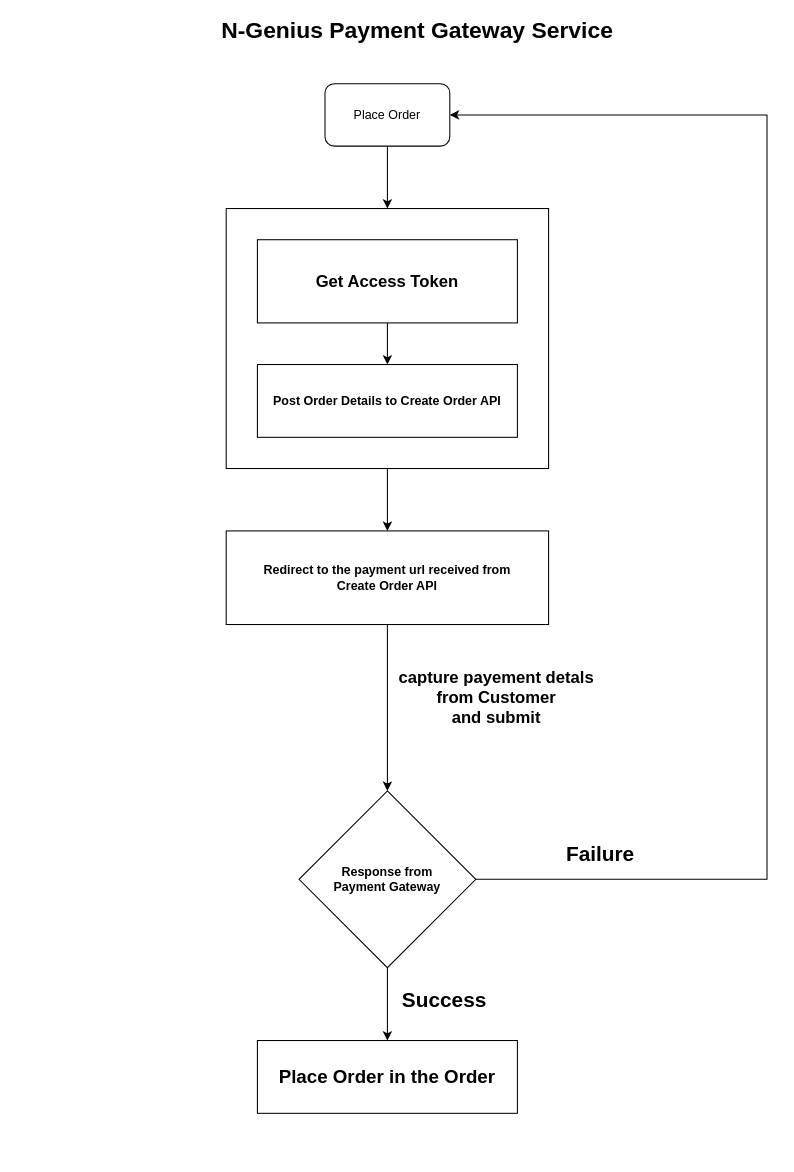
yatishpro/nesto keeps this draw.io diagram as Nesto-Payment-Architecutre.drawio. Above is the earlier version. Source tidied: cells renumbered, new cells numbered last; positions are measured from the earlier drawing's top-left corner, leaving out a move shared by most shapes. Both pictures are drawn from the tidied source at 104%, with x=0, y=0 at pixel (209, 21).
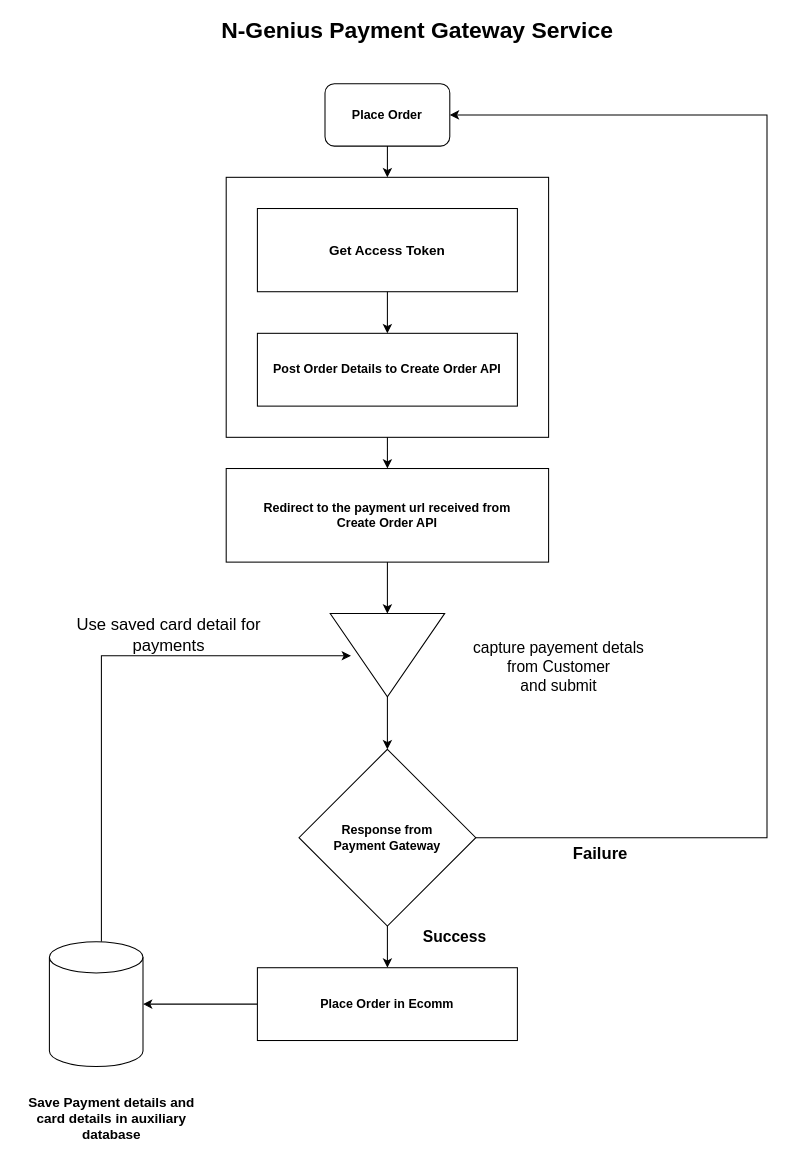
After the change.

The change refers to these unchanged cells:
```xml
<mxCell id="3" style="group;" parent="1" vertex="1">
  <mxGeometry x="16" y="180" width="310" height="250" as="geometry" />
</mxCell>
```

Change to the diagram source:
```diff
@@
     <mxCell id="4" style="rounded=0;whiteSpace=wrap;html=1;" parent="3" vertex="1">
-      <mxGeometry width="310" height="250" as="geometry" />
+      <mxGeometry y="-30" width="310" height="250" as="geometry" />
     </mxCell>
-    <mxCell id="5" value="&lt;font style=&quot;font-size: 16px&quot;&gt;&lt;b&gt;Get Access Token&lt;br&gt;&lt;/b&gt;&lt;/font&gt;" style="rounded=0;whiteSpace=wrap;html=1;" parent="3" vertex="1">
-      <mxGeometry x="30" y="30" width="250" height="80" as="geometry" />
+    <mxCell id="5" value="&lt;font style=&quot;font-size: 13px&quot;&gt;&lt;b&gt;Get Access Token&lt;br&gt;&lt;/b&gt;&lt;/font&gt;" style="rounded=0;whiteSpace=wrap;html=1;" parent="3" vertex="1">
+      <mxGeometry x="30" width="250" height="80" as="geometry" />
     </mxCell>
     <mxCell id="6" value="&lt;b&gt;Post Order Details to Create Order API&lt;br&gt;&lt;/b&gt;" style="rounded=0;whiteSpace=wrap;html=1;" parent="3" vertex="1">
-      <mxGeometry x="30" y="150" width="250" height="70" as="geometry" />
+      <mxGeometry x="30" y="120" width="250" height="70" as="geometry" />
     </mxCell>
@@
-    <mxCell id="8" style="edgeStyle=orthogonalEdgeStyle;rounded=0;jettySize=auto;html=1;entryX=0.5;entryY=0;entryDx=0;entryDy=0;" parent="1" edge="1" source="9" target="13">
-      <mxGeometry relative="1" as="geometry" />
-    </mxCell>
+    <mxCell id="20" style="edgeStyle=orthogonalEdgeStyle;rounded=0;jettySize=auto;html=1;entryX=0;entryY=0.5;entryDx=0;entryDy=0;fontSize=16;" parent="1" edge="1" source="9" target="26">
+      <mxGeometry relative="1" as="geometry" />
+    </mxCell>
     <mxCell id="9" value="&lt;div&gt;&lt;b&gt;Redirect to the payment url received from &lt;br&gt;&lt;/b&gt;&lt;/div&gt;&lt;div&gt;&lt;b&gt;Create Order API&lt;/b&gt;&lt;/div&gt;" style="rounded=0;whiteSpace=wrap;html=1;" parent="1" vertex="1">
-      <mxGeometry x="16" y="490" width="310" height="90" as="geometry" />
+      <mxGeometry x="16" y="430" width="310" height="90" as="geometry" />
     </mxCell>
@@
     <mxCell id="12" style="edgeStyle=orthogonalEdgeStyle;rounded=0;jettySize=auto;html=1;entryX=1;entryY=0.5;entryDx=0;entryDy=0;" parent="1" edge="1" source="13" target="18">
       <mxGeometry relative="1" as="geometry">
         <Array as="points">
-          <mxPoint x="536" y="825" />
+          <mxPoint x="536" y="785" />
           <mxPoint x="536" y="90" />
         </Array>
       </mxGeometry>
     </mxCell>
     <mxCell id="13" value="&lt;div&gt;&lt;b&gt;Response from &lt;br&gt;&lt;/b&gt;&lt;/div&gt;&lt;div&gt;&lt;b&gt;Payment Gateway&lt;br&gt;&lt;/b&gt;&lt;/div&gt;" style="rhombus;whiteSpace=wrap;html=1;" parent="1" vertex="1">
-      <mxGeometry x="86" y="740" width="170" height="170" as="geometry" />
+      <mxGeometry x="86" y="700" width="170" height="170" as="geometry" />
     </mxCell>
-    <mxCell id="14" value="&lt;font style=&quot;font-size: 16px&quot;&gt;&lt;b&gt;&lt;font style=&quot;font-size: 16px&quot;&gt;capture payement detals from Customer &lt;br&gt;&lt;/font&gt;and submit&lt;br&gt;&lt;/b&gt;&lt;/font&gt;" style="text;html=1;strokeColor=none;fillColor=none;align=center;verticalAlign=middle;whiteSpace=wrap;rounded=0;" parent="1" vertex="1">
-      <mxGeometry x="176" y="640" width="200" height="20" as="geometry" />
+    <mxCell id="14" value="&lt;font style=&quot;font-size: 15px&quot;&gt;&lt;font style=&quot;font-size: 15px&quot;&gt;capture payement detals from Customer &lt;br&gt;&lt;/font&gt;and submit&lt;br&gt;&lt;/font&gt;" style="text;html=1;strokeColor=none;fillColor=none;align=center;verticalAlign=middle;whiteSpace=wrap;rounded=0;" parent="1" vertex="1">
+      <mxGeometry x="236" y="610" width="200" height="20" as="geometry" />
     </mxCell>
+    <mxCell id="21" style="edgeStyle=orthogonalEdgeStyle;rounded=0;jettySize=auto;html=1;" parent="1" edge="1" source="15" target="23">
+      <mxGeometry relative="1" as="geometry" />
+    </mxCell>
-    <mxCell id="15" value="&lt;font style=&quot;font-size: 18px&quot;&gt;&lt;b&gt;Place Order in the Order&lt;br&gt;&lt;/b&gt;&lt;/font&gt;" style="rounded=0;whiteSpace=wrap;html=1;" parent="1" vertex="1">
-      <mxGeometry x="46" y="980" width="250" height="70" as="geometry" />
+    <mxCell id="15" value="&lt;font style=&quot;font-size: 12px&quot;&gt;&lt;b&gt;Place Order in Ecomm&lt;br&gt;&lt;/b&gt;&lt;/font&gt;" style="rounded=0;whiteSpace=wrap;html=1;" parent="1" vertex="1">
+      <mxGeometry x="46" y="910" width="250" height="70" as="geometry" />
     </mxCell>
-    <mxCell id="16" value="&lt;font style=&quot;font-size: 20px&quot;&gt;&lt;b&gt;Success&lt;/b&gt;&lt;/font&gt;" style="text;html=1;strokeColor=none;fillColor=none;align=center;verticalAlign=middle;whiteSpace=wrap;rounded=0;" parent="1" vertex="1">
-      <mxGeometry x="126" y="930" width="200" height="20" as="geometry" />
+    <mxCell id="16" value="&lt;font style=&quot;font-size: 15px;&quot;&gt;&lt;b style=&quot;font-size: 15px;&quot;&gt;Success&lt;/b&gt;&lt;/font&gt;" style="text;html=1;strokeColor=none;fillColor=none;align=center;verticalAlign=middle;whiteSpace=wrap;rounded=0;fontSize=15;" parent="1" vertex="1">
+      <mxGeometry x="136" y="870" width="200" height="20" as="geometry" />
     </mxCell>
@@
-    <mxCell id="18" value="Place Order" style="rounded=1;whiteSpace=wrap;html=1;" parent="1" vertex="1">
+    <mxCell id="18" value="&lt;b&gt;Place Order&lt;/b&gt;" style="rounded=1;whiteSpace=wrap;html=1;" parent="1" vertex="1">
       <mxGeometry x="111" y="60" width="120" height="60" as="geometry" />
     </mxCell>
-    <mxCell id="19" value="&lt;font style=&quot;font-size: 20px&quot;&gt;&lt;b&gt;Failure&lt;/b&gt;&lt;/font&gt;" style="text;html=1;strokeColor=none;fillColor=none;align=center;verticalAlign=middle;whiteSpace=wrap;rounded=0;" parent="1" vertex="1">
+    <mxCell id="19" value="&lt;font style=&quot;font-size: 16px;&quot;&gt;&lt;b style=&quot;font-size: 16px;&quot;&gt;Failure&lt;/b&gt;&lt;/font&gt;" style="text;html=1;strokeColor=none;fillColor=none;align=center;verticalAlign=middle;whiteSpace=wrap;rounded=0;fontSize=16;" parent="1" vertex="1">
       <mxGeometry x="276" y="790" width="200" height="20" as="geometry" />
     </mxCell>
+    <mxCell id="22" style="edgeStyle=orthogonalEdgeStyle;rounded=0;jettySize=auto;html=1;fontSize=16;" parent="1" edge="1" source="23">
+      <mxGeometry relative="1" as="geometry">
+        <mxPoint x="136" y="610" as="targetPoint" />
+        <Array as="points">
+          <mxPoint x="-104" y="610" />
+        </Array>
+      </mxGeometry>
+    </mxCell>
+    <mxCell id="23" style="shape=cylinder3;whiteSpace=wrap;html=1;boundedLbl=1;backgroundOutline=1;size=15;" parent="1" vertex="1">
+      <mxGeometry x="-154" y="885" width="90" height="120" as="geometry" />
+    </mxCell>
+    <mxCell id="24" value="&lt;font style=&quot;font-size: 13px&quot;&gt;&lt;b&gt;Save Payment details and card details in auxiliary database&lt;/b&gt;&lt;/font&gt;" style="text;html=1;strokeColor=none;fillColor=none;align=center;verticalAlign=middle;whiteSpace=wrap;rounded=0;" parent="1" vertex="1">
+      <mxGeometry x="-184" y="1020" width="180" height="70" as="geometry" />
+    </mxCell>
+    <mxCell id="25" style="edgeStyle=orthogonalEdgeStyle;rounded=0;jettySize=auto;html=1;entryX=0.5;entryY=0;entryDx=0;entryDy=0;fontSize=16;" parent="1" edge="1" source="26" target="13">
+      <mxGeometry relative="1" as="geometry" />
+    </mxCell>
+    <mxCell id="26" style="triangle;whiteSpace=wrap;html=1;fontSize=16;rotation=90;" parent="1" vertex="1">
+      <mxGeometry x="131" y="554.5" width="80" height="110" as="geometry" />
+    </mxCell>
+    <mxCell id="27" value="Use saved card detail for payments" style="text;html=1;strokeColor=none;fillColor=none;align=center;verticalAlign=middle;whiteSpace=wrap;rounded=0;fontSize=16;" parent="1" vertex="1">
+      <mxGeometry x="-134" y="580" width="190" height="20" as="geometry" />
+    </mxCell>
```
